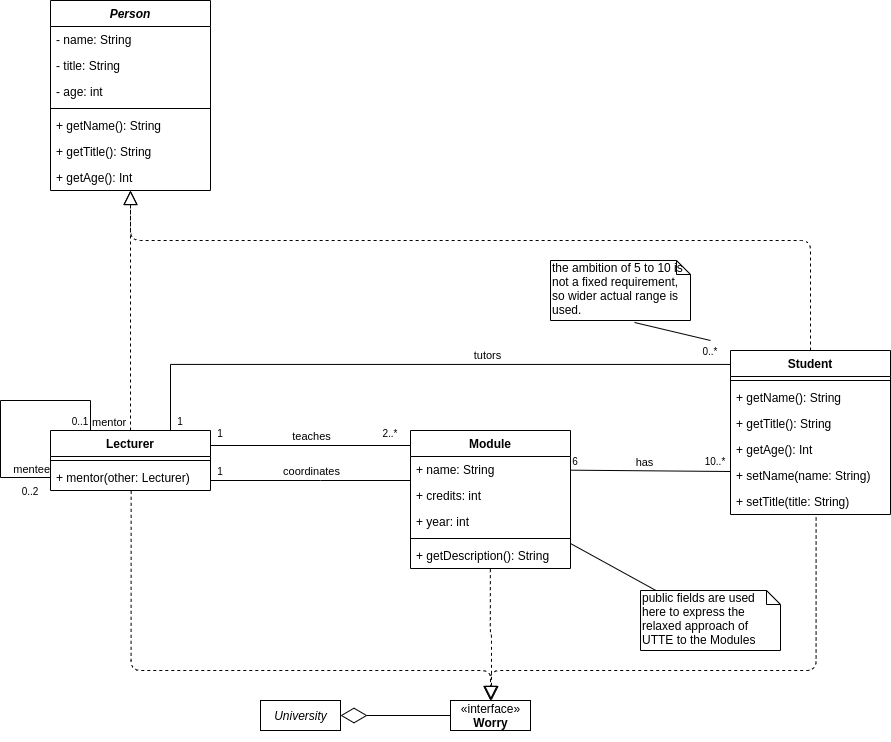
Above: csf202/lab02/CSF202 LAB02.png in michalporeba/asep (draw.io), before the change. Source tidied: cells renumbered, new cells last; positions are measured from the earlier drawing's top-left corner, leaving out a move shared by most shapes.
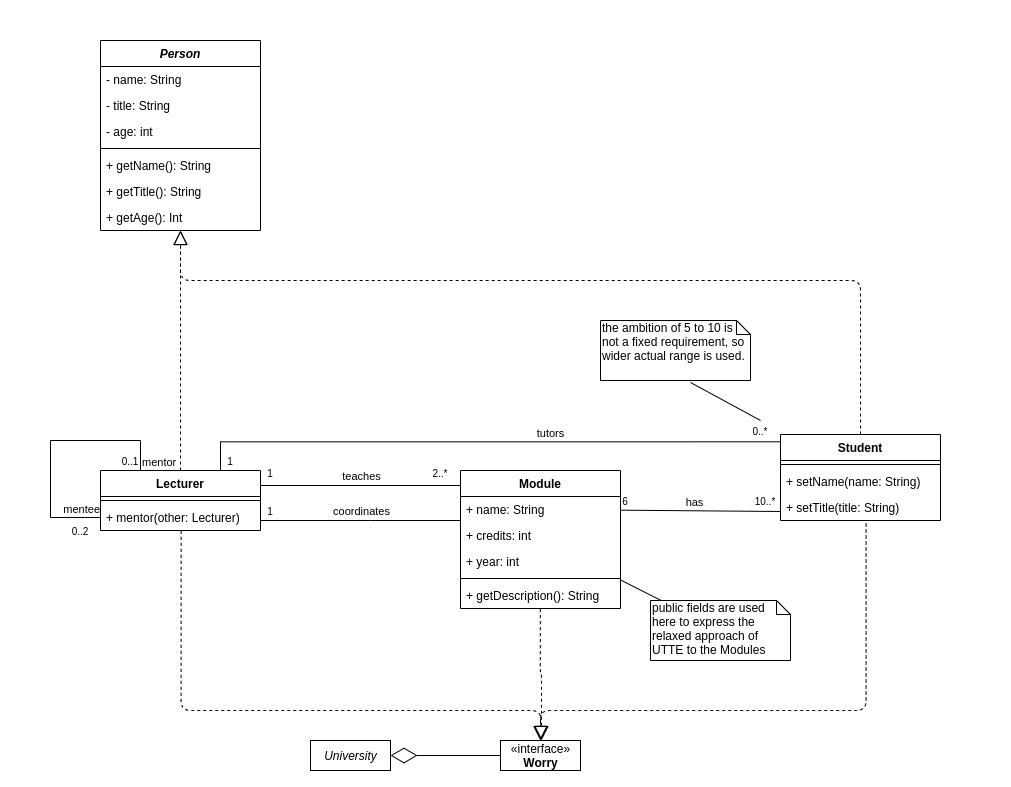
Later version of the same file.

Commit message:
improved diagrams for CSF202 LAB02

Change to the diagram source:
```diff
@@ -15,7 +15,7 @@
       <mxGeometry relative="1" as="geometry" />
     </mxCell>
     <mxCell id="6" value="public fields are used here to express the relaxed approach of UTTE to the Modules" style="shape=note;whiteSpace=wrap;html=1;size=14;verticalAlign=top;align=left;spacingTop=-6;" parent="1" vertex="1">
-      <mxGeometry x="640" y="590" width="140" height="60" as="geometry" />
+      <mxGeometry x="600" y="560" width="140" height="60" as="geometry" />
     </mxCell>
     <mxCell id="7" value="&lt;font style=&quot;font-size: 10px&quot;&gt;0..2&lt;/font&gt;" style="text;html=1;strokeColor=none;fillColor=none;align=center;verticalAlign=middle;whiteSpace=wrap;rounded=0;" parent="1" vertex="1">
       <mxGeometry x="10" y="480" width="40" height="20" as="geometry" />
@@ -65,10 +65,10 @@
       </mxGeometry>
     </mxCell>
     <mxCell id="18" value="the ambition of 5 to 10 is not a fixed requirement, so wider actual range is used." style="shape=note;whiteSpace=wrap;html=1;size=14;verticalAlign=top;align=left;spacingTop=-6;" parent="1" vertex="1">
-      <mxGeometry x="550" y="260" width="140" height="60" as="geometry" />
+      <mxGeometry x="550" y="280" width="150" height="60" as="geometry" />
     </mxCell>
     <mxCell id="19" value="&lt;font style=&quot;font-size: 10px&quot;&gt;0..*&lt;/font&gt;" style="text;html=1;strokeColor=none;fillColor=none;align=center;verticalAlign=middle;whiteSpace=wrap;rounded=0;" parent="1" vertex="1">
-      <mxGeometry x="690" y="340" width="40" height="20" as="geometry" />
+      <mxGeometry x="690" y="380" width="40" height="20" as="geometry" />
     </mxCell>
     <mxCell id="20" style="rounded=0;jettySize=auto;html=1;endArrow=none;endFill=0;exitX=0.6;exitY=1.033;exitDx=0;exitDy=0;exitPerimeter=0;entryX=0.5;entryY=0;entryDx=0;entryDy=0;" parent="1" edge="1" source="18" target="19">
       <mxGeometry relative="1" as="geometry" />
@@ -145,27 +145,6 @@
     <mxCell id="39" value="mentee" style="edgeLabel;html=1;align=right;verticalAlign=bottom;" parent="37" vertex="1">
       <mxGeometry x="1" relative="1" as="geometry" />
     </mxCell>
-    <mxCell id="40" value="Student" style="swimlane;fontStyle=1;align=center;verticalAlign=top;horizontal=1;startSize=26;" parent="1" vertex="1">
-      <mxGeometry x="730" y="350" width="160" height="164" as="geometry" />
-    </mxCell>
-    <mxCell id="41" style="line;strokeWidth=1;fillColor=none;align=left;verticalAlign=middle;spacingTop=-1;spacingLeft=3;spacingRight=3;labelPosition=right;" parent="40" vertex="1">
-      <mxGeometry y="26" width="160" height="8" as="geometry" />
-    </mxCell>
-    <mxCell id="42" value="+ getName(): String" style="text;strokeColor=none;fillColor=none;align=left;verticalAlign=top;spacingLeft=4;spacingRight=4;overflow=hidden;" parent="40" vertex="1">
-      <mxGeometry y="34" width="160" height="26" as="geometry" />
-    </mxCell>
-    <mxCell id="43" value="+ getTitle(): String" style="text;strokeColor=none;fillColor=none;align=left;verticalAlign=top;spacingLeft=4;spacingRight=4;overflow=hidden;" parent="40" vertex="1">
-      <mxGeometry y="60" width="160" height="26" as="geometry" />
-    </mxCell>
-    <mxCell id="44" value="+ getAge(): Int" style="text;strokeColor=none;fillColor=none;align=left;verticalAlign=top;spacingLeft=4;spacingRight=4;overflow=hidden;" parent="40" vertex="1">
-      <mxGeometry y="86" width="160" height="26" as="geometry" />
-    </mxCell>
-    <mxCell id="45" value="+ setName(name: String)" style="text;strokeColor=none;fillColor=none;align=left;verticalAlign=top;spacingLeft=4;spacingRight=4;overflow=hidden;" parent="40" vertex="1">
-      <mxGeometry y="112" width="160" height="26" as="geometry" />
-    </mxCell>
-    <mxCell id="46" value="+ setTitle(title: String)" style="text;strokeColor=none;fillColor=none;align=left;verticalAlign=top;spacingLeft=4;spacingRight=4;overflow=hidden;points=[[0,0.5],[1,0.5]];portConstraint=eastwest;" parent="40" vertex="1">
-      <mxGeometry y="138" width="160" height="26" as="geometry" />
-    </mxCell>
     <mxCell id="47" style="endArrow=block;dashed=1;endFill=0;endSize=12;html=1;exitX=0.504;exitY=1.013;exitDx=0;exitDy=0;edgeStyle=orthogonalEdgeStyle;entryX=0.5;entryY=0;entryDx=0;entryDy=0;exitPerimeter=0;" parent="1" edge="1" source="36" target="2">
       <mxGeometry relative="1" as="geometry">
         <Array as="points">
@@ -212,5 +191,23 @@
     <mxCell id="57" value="+ getAge(): Int" style="text;strokeColor=none;fillColor=none;align=left;verticalAlign=top;spacingLeft=4;spacingRight=4;overflow=hidden;" parent="50" vertex="1">
       <mxGeometry y="164" width="160" height="26" as="geometry" />
     </mxCell>
+    <mxCell id="40" value="Student" style="swimlane;fontStyle=1;align=center;verticalAlign=top;horizontal=1;startSize=26;" parent="1" vertex="1">
+      <mxGeometry x="730" y="394" width="160" height="86" as="geometry" />
+    </mxCell>
+    <mxCell id="41" style="line;strokeWidth=1;fillColor=none;align=left;verticalAlign=middle;spacingTop=-1;spacingLeft=3;spacingRight=3;labelPosition=right;" parent="40" vertex="1">
+      <mxGeometry y="26" width="160" height="8" as="geometry" />
+    </mxCell>
+    <mxCell id="45" value="+ setName(name: String)" style="text;strokeColor=none;fillColor=none;align=left;verticalAlign=top;spacingLeft=4;spacingRight=4;overflow=hidden;" parent="40" vertex="1">
+      <mxGeometry y="34" width="160" height="26" as="geometry" />
+    </mxCell>
+    <mxCell id="46" value="+ setTitle(title: String)" style="text;strokeColor=none;fillColor=none;align=left;verticalAlign=top;spacingLeft=4;spacingRight=4;overflow=hidden;points=[[0,0.5],[1,0.5]];portConstraint=eastwest;" parent="40" vertex="1">
+      <mxGeometry y="60" width="160" height="26" as="geometry" />
+    </mxCell>
+    <mxCell id="58" value="Title" style="text;align=center;fontStyle=1;verticalAlign=middle;spacingLeft=3;spacingRight=3;strokeColor=none;fontColor=#FFFFFF;" parent="1" vertex="1">
+      <mxGeometry x="-50" y="-40" width="80" height="26" as="geometry" />
+    </mxCell>
+    <mxCell id="59" value="Title" style="text;align=center;fontStyle=1;verticalAlign=middle;spacingLeft=3;spacingRight=3;strokeColor=none;fontColor=#FFFFFF;" parent="1" vertex="1">
+      <mxGeometry x="880" y="720" width="80" height="26" as="geometry" />
+    </mxCell>
   </root>
 </mxGraphModel>
```
